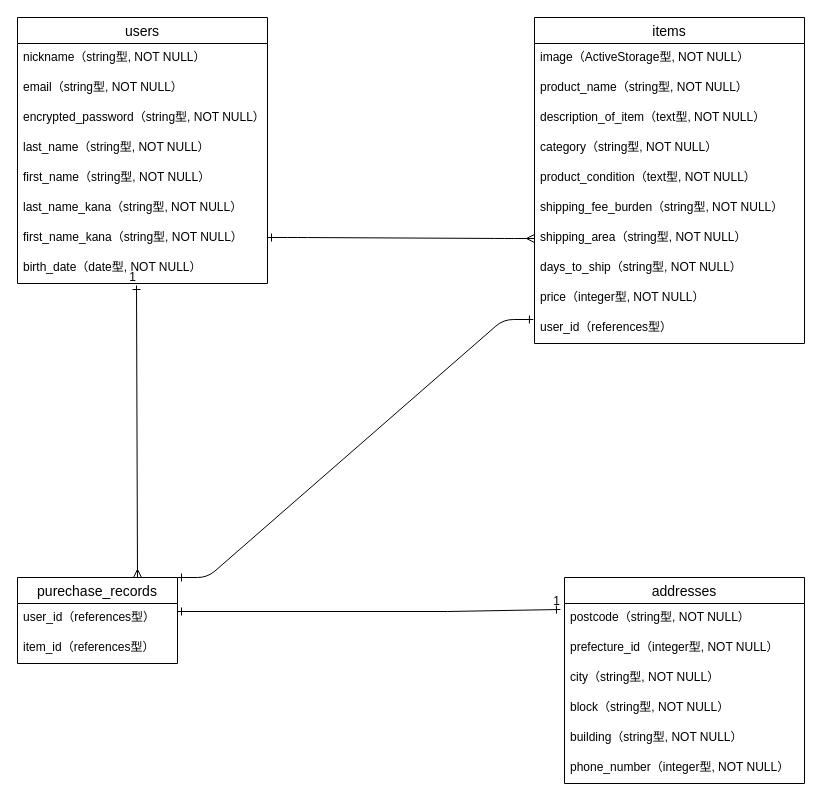
IT0825/furima-36548 keeps this draw.io diagram as .dio. Above is the earlier version. Source tidied: cells renumbered, new cells numbered last; positions are measured from the earlier drawing's top-left corner, leaving out a move shared by most shapes. Both pictures are drawn from the tidied source at 100%, with x=0, y=0 at pixel (17, 17).
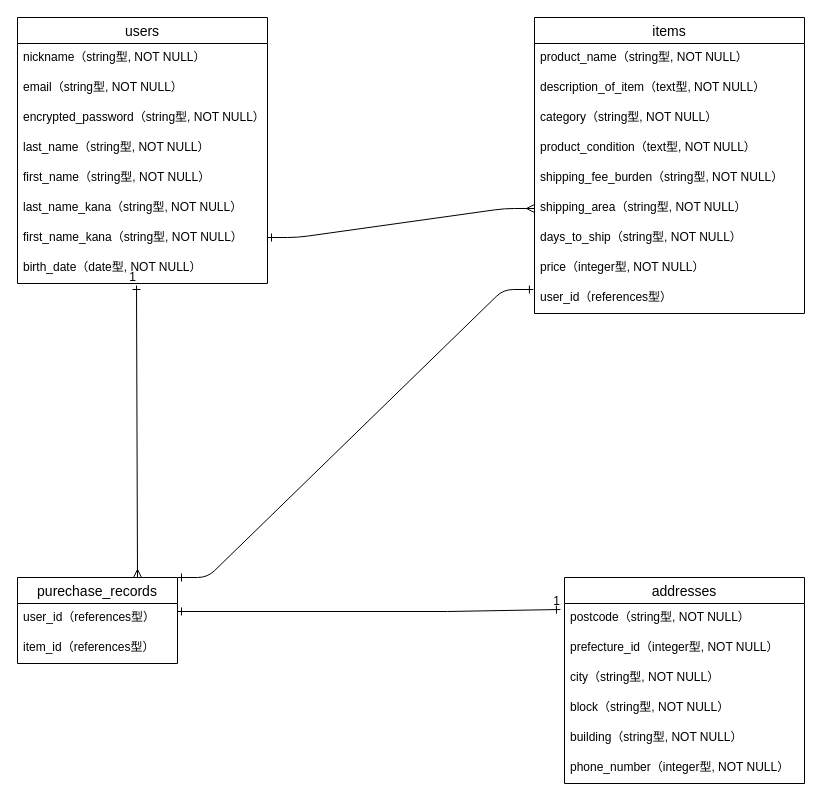
The same page after the edit.

Commit message (it also covers changes not shown here):
10箇所修正点修正完了

What changed in the source:
```diff
@@
     <mxCell id="11" value="items" style="swimlane;fontStyle=0;horizontal=1;startSize=26;align=center;fontSize=14;" parent="1" vertex="1">
-      <mxGeometry x="517" width="270" height="326" as="geometry" />
+      <mxGeometry x="517" width="270" height="296" as="geometry" />
     </mxCell>
-    <mxCell id="12" value="image（ActiveStorage型, NOT NULL）" style="text;strokeColor=none;fillColor=none;spacingLeft=4;spacingRight=4;overflow=hidden;fontSize=12;" parent="11" vertex="1">
-      <mxGeometry y="26" width="270" height="30" as="geometry" />
-    </mxCell>
     <mxCell id="13" value="product_name（string型, NOT NULL）" style="text;strokeColor=none;fillColor=none;spacingLeft=4;spacingRight=4;overflow=hidden;fontSize=12;" parent="11" vertex="1">
-      <mxGeometry y="56" width="270" height="30" as="geometry" />
+      <mxGeometry y="26" width="270" height="30" as="geometry" />
     </mxCell>
     <mxCell id="14" value="description_of_item（text型, NOT NULL）" style="text;strokeColor=none;fillColor=none;spacingLeft=4;spacingRight=4;overflow=hidden;fontSize=12;" parent="11" vertex="1">
-      <mxGeometry y="86" width="270" height="30" as="geometry" />
+      <mxGeometry y="56" width="270" height="30" as="geometry" />
     </mxCell>
     <mxCell id="15" value="category（string型, NOT NULL）" style="text;strokeColor=none;fillColor=none;spacingLeft=4;spacingRight=4;overflow=hidden;fontSize=12;" parent="11" vertex="1">
-      <mxGeometry y="116" width="270" height="30" as="geometry" />
+      <mxGeometry y="86" width="270" height="30" as="geometry" />
     </mxCell>
     <mxCell id="16" value="product_condition（text型, NOT NULL）" style="text;strokeColor=none;fillColor=none;spacingLeft=4;spacingRight=4;overflow=hidden;fontSize=12;" parent="11" vertex="1">
-      <mxGeometry y="146" width="270" height="30" as="geometry" />
+      <mxGeometry y="116" width="270" height="30" as="geometry" />
     </mxCell>
     <mxCell id="17" value="shipping_fee_burden（string型, NOT NULL）" style="text;strokeColor=none;fillColor=none;spacingLeft=4;spacingRight=4;overflow=hidden;fontSize=12;" parent="11" vertex="1">
-      <mxGeometry y="176" width="270" height="30" as="geometry" />
+      <mxGeometry y="146" width="270" height="30" as="geometry" />
     </mxCell>
     <mxCell id="18" value="shipping_area（string型, NOT NULL）" style="text;strokeColor=none;fillColor=none;spacingLeft=4;spacingRight=4;overflow=hidden;points=[[0,0.5],[1,0.5]];portConstraint=eastwest;fontSize=12;" parent="11" vertex="1">
-      <mxGeometry y="206" width="270" height="30" as="geometry" />
+      <mxGeometry y="176" width="270" height="30" as="geometry" />
     </mxCell>
     <mxCell id="19" value="days_to_ship（string型, NOT NULL）" style="text;strokeColor=none;fillColor=none;spacingLeft=4;spacingRight=4;overflow=hidden;fontSize=12;" parent="11" vertex="1">
-      <mxGeometry y="236" width="270" height="30" as="geometry" />
+      <mxGeometry y="206" width="270" height="30" as="geometry" />
     </mxCell>
     <mxCell id="20" value="price（integer型, NOT NULL）" style="text;strokeColor=none;fillColor=none;spacingLeft=4;spacingRight=4;overflow=hidden;fontSize=12;" parent="11" vertex="1">
-      <mxGeometry y="266" width="270" height="30" as="geometry" />
+      <mxGeometry y="236" width="270" height="30" as="geometry" />
     </mxCell>
     <mxCell id="21" value="user_id（references型）" style="text;strokeColor=none;fillColor=none;spacingLeft=4;spacingRight=4;overflow=hidden;points=[[0,0.5],[1,0.5]];portConstraint=eastwest;fontSize=12;" parent="11" vertex="1">
-      <mxGeometry y="296" width="270" height="30" as="geometry" />
+      <mxGeometry y="266" width="270" height="30" as="geometry" />
     </mxCell>
```
